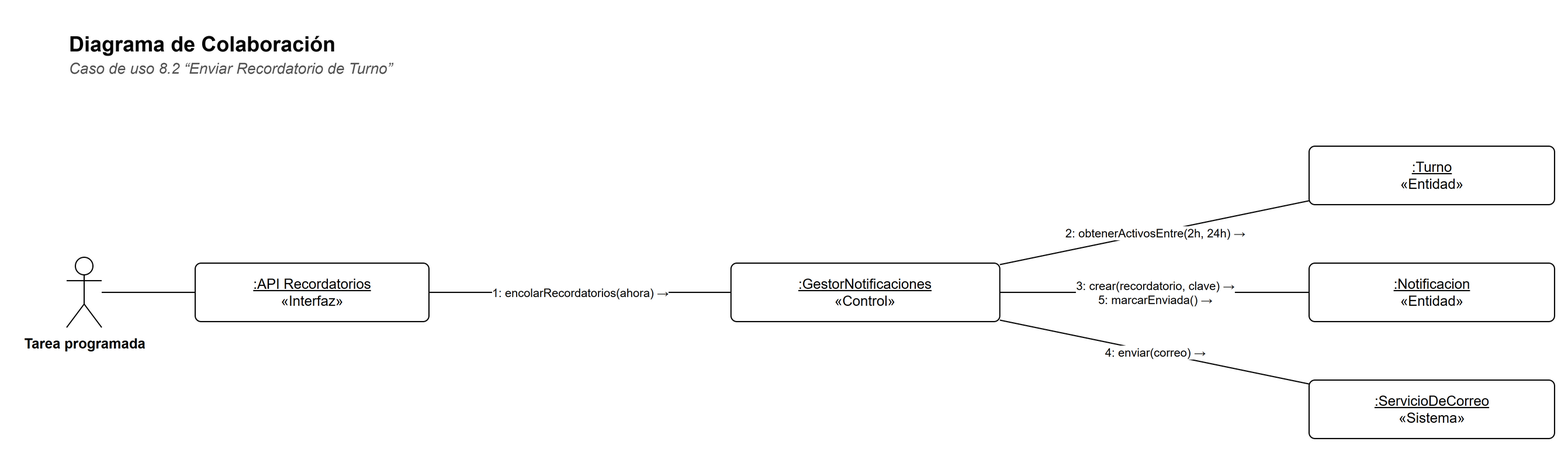
The draw.io diagram docs/diagramas/colaboracion-8-2.png in Matiglorioso/kineturnos, before a commit. Source tidied: cells renumbered, new cells last; positions are measured from the earlier drawing's top-left corner, leaving out a move shared by most shapes. Its diagram source:
```xml
<mxGraphModel background="#FFFFFF">
  <root>
    <mxCell id="0" />
    <mxCell id="1" parent="0" />
    <mxCell id="2" value="&lt;b&gt;Diagrama de Colaboración&lt;/b&gt;" style="text;html=1;strokeColor=none;fillColor=none;align=left;verticalAlign=top;whiteSpace=wrap;fontFamily=Helvetica;fontSize=18;" parent="1" vertex="1">
      <mxGeometry width="900" height="26" as="geometry" />
    </mxCell>
    <mxCell id="3" value="&lt;i&gt;Caso de uso 8.2 “Enviar Recordatorio de Turno”&lt;/i&gt;" style="text;html=1;strokeColor=none;fillColor=none;align=left;verticalAlign=top;whiteSpace=wrap;fontFamily=Helvetica;fontSize=13;fontColor=#555555;" parent="1" vertex="1">
      <mxGeometry y="24" width="900" height="20" as="geometry" />
    </mxCell>
    <mxCell id="4" value="Tarea programada" style="shape=umlActor;verticalLabelPosition=bottom;verticalAlign=top;html=1;outlineConnect=0;fillColor=#FFFFFF;strokeColor=#000000;fontFamily=Helvetica;fontSize=12;fontStyle=1;" parent="1" vertex="1">
      <mxGeometry y="200" width="30" height="60" as="geometry" />
    </mxCell>
    <mxCell id="5" value="&lt;u&gt;:API Recordatorios&lt;/u&gt;&lt;br&gt;«Interfaz»" style="rounded=0;whiteSpace=wrap;html=1;fillColor=#FFFFFF;strokeColor=#000000;fontFamily=Helvetica;fontSize=12;rounded=1;arcSize=10;" parent="1" vertex="1">
      <mxGeometry x="110" y="205" width="200" height="50" as="geometry" />
    </mxCell>
    <mxCell id="6" value="&lt;u&gt;:GestorNotificaciones&lt;/u&gt;&lt;br&gt;«Control»" style="rounded=0;whiteSpace=wrap;html=1;fillColor=#FFFFFF;strokeColor=#000000;fontFamily=Helvetica;fontSize=12;rounded=1;arcSize=10;" parent="1" vertex="1">
      <mxGeometry x="568.4" y="205" width="230" height="50" as="geometry" />
    </mxCell>
    <mxCell id="7" value="&lt;u&gt;:Turno&lt;/u&gt;&lt;br&gt;«Entidad»" style="rounded=0;whiteSpace=wrap;html=1;fillColor=#FFFFFF;strokeColor=#000000;fontFamily=Helvetica;fontSize=12;rounded=1;arcSize=10;" parent="1" vertex="1">
      <mxGeometry x="1063" y="105" width="210" height="50" as="geometry" />
    </mxCell>
    <mxCell id="8" value="&lt;u&gt;:Notificacion&lt;/u&gt;&lt;br&gt;«Entidad»" style="rounded=0;whiteSpace=wrap;html=1;fillColor=#FFFFFF;strokeColor=#000000;fontFamily=Helvetica;fontSize=12;rounded=1;arcSize=10;" parent="1" vertex="1">
      <mxGeometry x="1063" y="205" width="210" height="50" as="geometry" />
    </mxCell>
    <mxCell id="9" value="&lt;u&gt;:ServicioDeCorreo&lt;/u&gt;&lt;br&gt;«Sistema»" style="rounded=0;whiteSpace=wrap;html=1;fillColor=#FFFFFF;strokeColor=#000000;fontFamily=Helvetica;fontSize=12;rounded=1;arcSize=10;" parent="1" vertex="1">
      <mxGeometry x="1063" y="305" width="210" height="50" as="geometry" />
    </mxCell>
    <mxCell id="10" style="edgeStyle=none;html=1;endArrow=none;endFill=0;strokeColor=#000000;fontFamily=Helvetica;fontSize=11;labelBackgroundColor=#FFFFFF;" parent="1" edge="1" source="4" target="5">
      <mxGeometry relative="1" as="geometry" />
    </mxCell>
    <mxCell id="11" value="1: encolarRecordatorios(ahora) →" style="edgeStyle=none;html=1;endArrow=none;endFill=0;strokeColor=#000000;fontFamily=Helvetica;fontSize=11;labelBackgroundColor=#FFFFFF;fontSize=10;" parent="1" edge="1" source="6" target="5">
      <mxGeometry relative="1" as="geometry" />
    </mxCell>
    <mxCell id="12" value="2: obtenerActivosEntre(2h, 24h) →" style="edgeStyle=none;html=1;endArrow=none;endFill=0;strokeColor=#000000;fontFamily=Helvetica;fontSize=11;labelBackgroundColor=#FFFFFF;fontSize=10;" parent="1" edge="1" source="7" target="6">
      <mxGeometry relative="1" as="geometry" />
    </mxCell>
    <mxCell id="13" value="3: crear(recordatorio, clave) →&lt;br&gt;5: marcarEnviada() →" style="edgeStyle=none;html=1;endArrow=none;endFill=0;strokeColor=#000000;fontFamily=Helvetica;fontSize=11;labelBackgroundColor=#FFFFFF;fontSize=10;" parent="1" edge="1" source="8" target="6">
      <mxGeometry relative="1" as="geometry" />
    </mxCell>
    <mxCell id="14" value="4: enviar(correo) →" style="edgeStyle=none;html=1;endArrow=none;endFill=0;strokeColor=#000000;fontFamily=Helvetica;fontSize=11;labelBackgroundColor=#FFFFFF;fontSize=10;" parent="1" edge="1" source="9" target="6">
      <mxGeometry relative="1" as="geometry" />
    </mxCell>
  </root>
</mxGraphModel>
```
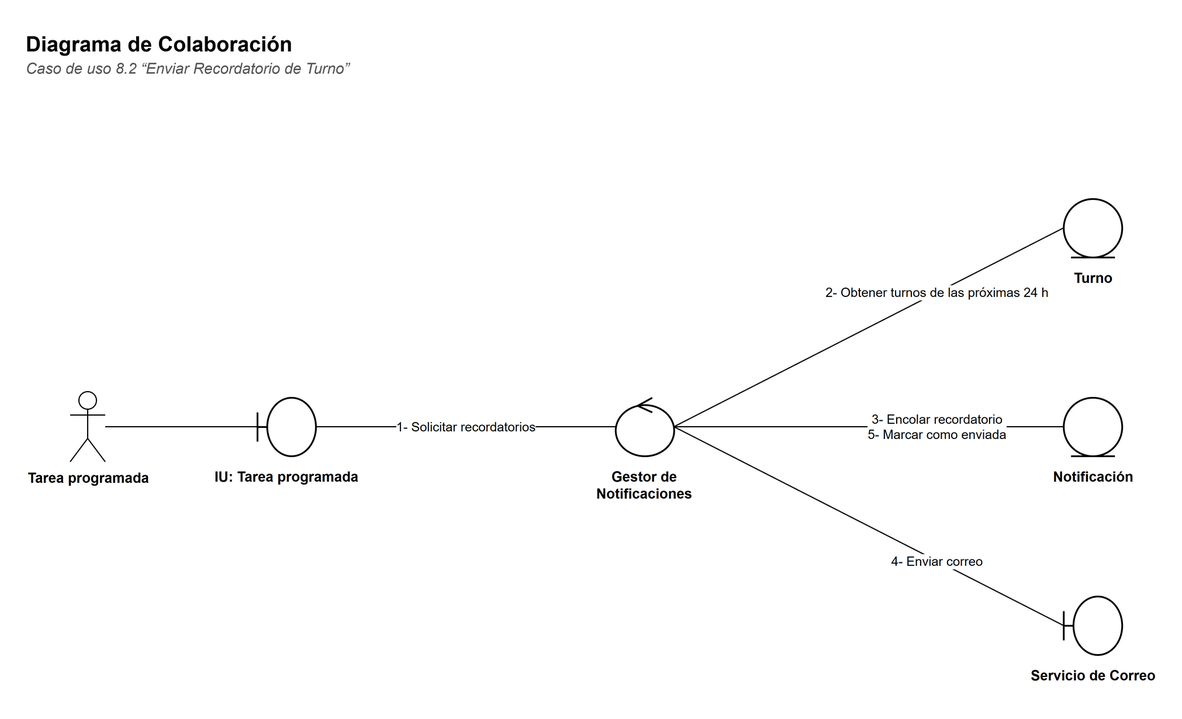
After the change.

The edit, as a diff of the source:
```diff
@@ -9,37 +9,52 @@
       <mxGeometry y="24" width="900" height="20" as="geometry" />
     </mxCell>
     <mxCell id="4" value="Tarea programada" style="shape=umlActor;verticalLabelPosition=bottom;verticalAlign=top;html=1;outlineConnect=0;fillColor=#FFFFFF;strokeColor=#000000;fontFamily=Helvetica;fontSize=12;fontStyle=1;" parent="1" vertex="1">
-      <mxGeometry y="200" width="30" height="60" as="geometry" />
+      <mxGeometry x="40" y="315" width="30" height="60" as="geometry" />
     </mxCell>
-    <mxCell id="5" value="&lt;u&gt;:API Recordatorios&lt;/u&gt;&lt;br&gt;«Interfaz»" style="rounded=0;whiteSpace=wrap;html=1;fillColor=#FFFFFF;strokeColor=#000000;fontFamily=Helvetica;fontSize=12;rounded=1;arcSize=10;" parent="1" vertex="1">
-      <mxGeometry x="110" y="205" width="200" height="50" as="geometry" />
+    <mxCell id="5" style="shape=umlBoundary;html=1;fillColor=#FFFFFF;strokeColor=#000000;strokeWidth=1.5;" parent="1" vertex="1">
+      <mxGeometry x="200" y="320" width="50" height="50" as="geometry" />
     </mxCell>
-    <mxCell id="6" value="&lt;u&gt;:GestorNotificaciones&lt;/u&gt;&lt;br&gt;«Control»" style="rounded=0;whiteSpace=wrap;html=1;fillColor=#FFFFFF;strokeColor=#000000;fontFamily=Helvetica;fontSize=12;rounded=1;arcSize=10;" parent="1" vertex="1">
-      <mxGeometry x="568.4" y="205" width="230" height="50" as="geometry" />
+    <mxCell id="6" value="&lt;b&gt;IU: Tarea programada&lt;/b&gt;" style="text;html=1;strokeColor=none;fillColor=none;align=left;verticalAlign=top;whiteSpace=wrap;fontFamily=Helvetica;align=center;fontSize=12;" parent="1" vertex="1">
+      <mxGeometry x="160" y="374" width="130" height="40" as="geometry" />
     </mxCell>
-    <mxCell id="7" value="&lt;u&gt;:Turno&lt;/u&gt;&lt;br&gt;«Entidad»" style="rounded=0;whiteSpace=wrap;html=1;fillColor=#FFFFFF;strokeColor=#000000;fontFamily=Helvetica;fontSize=12;rounded=1;arcSize=10;" parent="1" vertex="1">
-      <mxGeometry x="1063" y="105" width="210" height="50" as="geometry" />
+    <mxCell id="7" style="shape=umlControl;html=1;fillColor=#FFFFFF;strokeColor=#000000;strokeWidth=1.5;" parent="1" vertex="1">
+      <mxGeometry x="506.4" y="320" width="50" height="50" as="geometry" />
     </mxCell>
-    <mxCell id="8" value="&lt;u&gt;:Notificacion&lt;/u&gt;&lt;br&gt;«Entidad»" style="rounded=0;whiteSpace=wrap;html=1;fillColor=#FFFFFF;strokeColor=#000000;fontFamily=Helvetica;fontSize=12;rounded=1;arcSize=10;" parent="1" vertex="1">
-      <mxGeometry x="1063" y="205" width="210" height="50" as="geometry" />
+    <mxCell id="8" value="&lt;b&gt;Gestor de Notificaciones&lt;/b&gt;" style="text;html=1;strokeColor=none;fillColor=none;align=left;verticalAlign=top;whiteSpace=wrap;fontFamily=Helvetica;align=center;fontSize=12;" parent="1" vertex="1">
+      <mxGeometry x="466.4" y="374" width="130" height="40" as="geometry" />
     </mxCell>
-    <mxCell id="9" value="&lt;u&gt;:ServicioDeCorreo&lt;/u&gt;&lt;br&gt;«Sistema»" style="rounded=0;whiteSpace=wrap;html=1;fillColor=#FFFFFF;strokeColor=#000000;fontFamily=Helvetica;fontSize=12;rounded=1;arcSize=10;" parent="1" vertex="1">
-      <mxGeometry x="1063" y="305" width="210" height="50" as="geometry" />
+    <mxCell id="9" style="shape=umlEntity;html=1;fillColor=#FFFFFF;strokeColor=#000000;strokeWidth=1.5;" parent="1" vertex="1">
+      <mxGeometry x="889.6" y="150" width="50" height="50" as="geometry" />
     </mxCell>
-    <mxCell id="10" style="edgeStyle=none;html=1;endArrow=none;endFill=0;strokeColor=#000000;fontFamily=Helvetica;fontSize=11;labelBackgroundColor=#FFFFFF;" parent="1" edge="1" source="4" target="5">
-      <mxGeometry relative="1" as="geometry" />
+    <mxCell id="10" value="&lt;b&gt;Turno&lt;/b&gt;" style="text;html=1;strokeColor=none;fillColor=none;align=left;verticalAlign=top;whiteSpace=wrap;fontFamily=Helvetica;align=center;fontSize=12;" parent="1" vertex="1">
+      <mxGeometry x="849.6" y="204" width="130" height="40" as="geometry" />
     </mxCell>
-    <mxCell id="11" value="1: encolarRecordatorios(ahora) →" style="edgeStyle=none;html=1;endArrow=none;endFill=0;strokeColor=#000000;fontFamily=Helvetica;fontSize=11;labelBackgroundColor=#FFFFFF;fontSize=10;" parent="1" edge="1" source="6" target="5">
-      <mxGeometry relative="1" as="geometry" />
+    <mxCell id="11" style="shape=umlEntity;html=1;fillColor=#FFFFFF;strokeColor=#000000;strokeWidth=1.5;" parent="1" vertex="1">
+      <mxGeometry x="889.6" y="320" width="50" height="50" as="geometry" />
     </mxCell>
-    <mxCell id="12" value="2: obtenerActivosEntre(2h, 24h) →" style="edgeStyle=none;html=1;endArrow=none;endFill=0;strokeColor=#000000;fontFamily=Helvetica;fontSize=11;labelBackgroundColor=#FFFFFF;fontSize=10;" parent="1" edge="1" source="7" target="6">
-      <mxGeometry relative="1" as="geometry" />
+    <mxCell id="12" value="&lt;b&gt;Notificación&lt;/b&gt;" style="text;html=1;strokeColor=none;fillColor=none;align=left;verticalAlign=top;whiteSpace=wrap;fontFamily=Helvetica;align=center;fontSize=12;" parent="1" vertex="1">
+      <mxGeometry x="849.6" y="374" width="130" height="40" as="geometry" />
     </mxCell>
-    <mxCell id="13" value="3: crear(recordatorio, clave) →&lt;br&gt;5: marcarEnviada() →" style="edgeStyle=none;html=1;endArrow=none;endFill=0;strokeColor=#000000;fontFamily=Helvetica;fontSize=11;labelBackgroundColor=#FFFFFF;fontSize=10;" parent="1" edge="1" source="8" target="6">
-      <mxGeometry relative="1" as="geometry" />
+    <mxCell id="13" style="shape=umlBoundary;html=1;fillColor=#FFFFFF;strokeColor=#000000;strokeWidth=1.5;" parent="1" vertex="1">
+      <mxGeometry x="889.6" y="490" width="50" height="50" as="geometry" />
     </mxCell>
-    <mxCell id="14" value="4: enviar(correo) →" style="edgeStyle=none;html=1;endArrow=none;endFill=0;strokeColor=#000000;fontFamily=Helvetica;fontSize=11;labelBackgroundColor=#FFFFFF;fontSize=10;" parent="1" edge="1" source="9" target="6">
-      <mxGeometry relative="1" as="geometry" />
+    <mxCell id="14" value="&lt;b&gt;Servicio de Correo&lt;/b&gt;" style="text;html=1;strokeColor=none;fillColor=none;align=left;verticalAlign=top;whiteSpace=wrap;fontFamily=Helvetica;align=center;fontSize=12;" parent="1" vertex="1">
+      <mxGeometry x="849.6" y="544" width="130" height="40" as="geometry" />
     </mxCell>
+    <mxCell id="15" style="edgeStyle=none;html=1;endArrow=none;endFill=0;strokeColor=#000000;fontFamily=Helvetica;fontSize=11;labelBackgroundColor=#FFFFFF;" parent="1" edge="1" source="4" target="5">
+      <mxGeometry relative="1" as="geometry" />
+    </mxCell>
+    <mxCell id="16" value="1- Solicitar recordatorios" style="edgeStyle=none;html=1;endArrow=none;endFill=0;strokeColor=#000000;fontFamily=Helvetica;fontSize=11;labelBackgroundColor=#FFFFFF;fontSize=11;exitX=1;exitY=0.5;exitDx=0;exitDy=0;entryX=0;entryY=0.5;entryDx=0;entryDy=0;" parent="1" edge="1" source="5" target="7">
+      <mxGeometry relative="1" as="geometry" />
+    </mxCell>
+    <mxCell id="17" value="2- Obtener turnos de las próximas 24 h" style="edgeStyle=none;html=1;endArrow=none;endFill=0;strokeColor=#000000;fontFamily=Helvetica;fontSize=11;labelBackgroundColor=#FFFFFF;fontSize=11;exitX=1;exitY=0.5;exitDx=0;exitDy=0;entryX=0;entryY=0.5;entryDx=0;entryDy=0;" parent="1" edge="1" source="7" target="9">
+      <mxGeometry x="0.35" relative="1" as="geometry" />
+    </mxCell>
+    <mxCell id="18" value="3- Encolar recordatorio&lt;br&gt;5- Marcar como enviada" style="edgeStyle=none;html=1;endArrow=none;endFill=0;strokeColor=#000000;fontFamily=Helvetica;fontSize=11;labelBackgroundColor=#FFFFFF;fontSize=11;exitX=1;exitY=0.5;exitDx=0;exitDy=0;entryX=0;entryY=0.5;entryDx=0;entryDy=0;" parent="1" edge="1" source="7" target="11">
+      <mxGeometry x="0.35" relative="1" as="geometry" />
+    </mxCell>
+    <mxCell id="19" value="4- Enviar correo" style="edgeStyle=none;html=1;endArrow=none;endFill=0;strokeColor=#000000;fontFamily=Helvetica;fontSize=11;labelBackgroundColor=#FFFFFF;fontSize=11;exitX=1;exitY=0.5;exitDx=0;exitDy=0;entryX=0;entryY=0.5;entryDx=0;entryDy=0;" parent="1" edge="1" source="7" target="13">
+      <mxGeometry x="0.35" relative="1" as="geometry" />
+    </mxCell>
   </root>
 </mxGraphModel>
```
